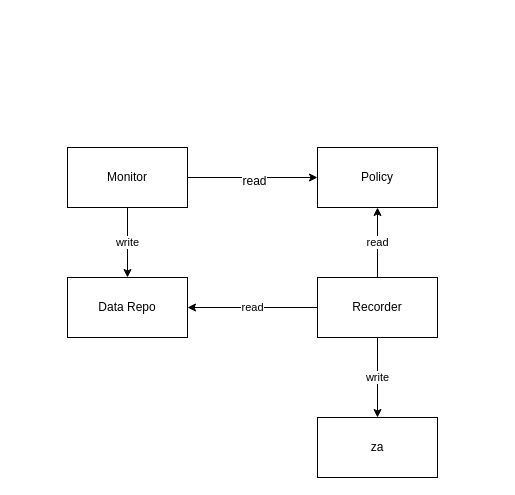
CreateChance/DrawIO keeps this draw.io diagram as okhttp_monitor.drawio. Above is the earlier version. Source tidied: cells renumbered, new cells numbered last; positions are measured from the earlier drawing's top-left corner, leaving out a move shared by most shapes. Both pictures are drawn from the tidied source at 100%, with x=0, y=0 at pixel (67, 147).
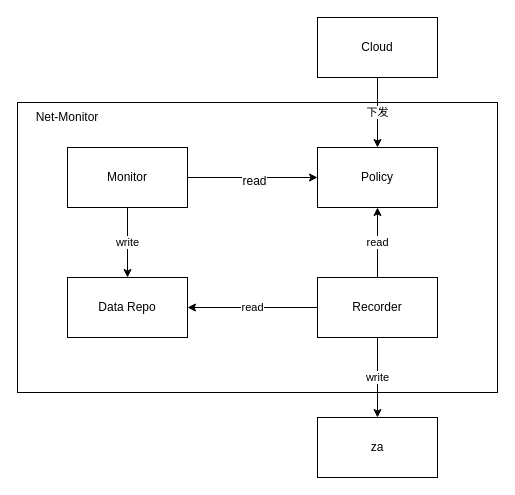
The same diagram, later.

What changed in the source:
```diff
@@
 <mxGraphModel>
   <root>
     <mxCell id="0" />
     <mxCell id="1" parent="0" />
+    <mxCell id="13" style="rounded=0;whiteSpace=wrap;html=1;" parent="1" vertex="1">
+      <mxGeometry x="-50" y="-45" width="480" height="290" as="geometry" />
+    </mxCell>
     <mxCell id="2" value="write" style="edgeStyle=orthogonalEdgeStyle;rounded=0;jettySize=auto;html=1;exitX=0.5;exitY=1;exitDx=0;exitDy=0;" parent="1" edge="1" source="5" target="6">
       <mxGeometry relative="1" as="geometry" />
     </mxCell>
     <mxCell id="3" style="edgeStyle=orthogonalEdgeStyle;rounded=0;jettySize=auto;html=1;exitX=1;exitY=0.5;exitDx=0;exitDy=0;" parent="1" edge="1" source="5" target="11">
       <mxGeometry relative="1" as="geometry" />
     </mxCell>
     <mxCell id="4" value="read&lt;br&gt;" style="text;html=1;align=center;verticalAlign=middle;labelBackgroundColor=#ffffff;" parent="3" vertex="1">
       <mxGeometry x="0.02" y="-3" relative="1" as="geometry" />
     </mxCell>
     <mxCell id="5" value="Monitor&lt;br&gt;" style="rounded=0;whiteSpace=wrap;html=1;" parent="1" vertex="1">
       <mxGeometry width="120" height="60" as="geometry" />
     </mxCell>
     <mxCell id="6" value="Data Repo" style="rounded=0;whiteSpace=wrap;html=1;" parent="1" vertex="1">
       <mxGeometry y="130" width="120" height="60" as="geometry" />
     </mxCell>
     <mxCell id="7" value="read" style="edgeStyle=orthogonalEdgeStyle;rounded=0;jettySize=auto;html=1;exitX=0;exitY=0.5;exitDx=0;exitDy=0;entryX=1;entryY=0.5;entryDx=0;entryDy=0;" parent="1" edge="1" source="10" target="6">
       <mxGeometry relative="1" as="geometry" />
     </mxCell>
     <mxCell id="8" value="read" style="edgeStyle=orthogonalEdgeStyle;rounded=0;jettySize=auto;html=1;exitX=0.5;exitY=0;exitDx=0;exitDy=0;entryX=0.5;entryY=1;entryDx=0;entryDy=0;" parent="1" edge="1" source="10" target="11">
       <mxGeometry relative="1" as="geometry" />
     </mxCell>
     <mxCell id="9" value="write" style="edgeStyle=orthogonalEdgeStyle;rounded=0;jettySize=auto;html=1;exitX=0.5;exitY=1;exitDx=0;exitDy=0;" parent="1" edge="1" source="10" target="12">
       <mxGeometry relative="1" as="geometry" />
     </mxCell>
     <mxCell id="10" value="Recorder&lt;br&gt;" style="rounded=0;whiteSpace=wrap;html=1;" parent="1" vertex="1">
       <mxGeometry x="250" y="130" width="120" height="60" as="geometry" />
     </mxCell>
     <mxCell id="11" value="Policy" style="rounded=0;whiteSpace=wrap;html=1;" parent="1" vertex="1">
       <mxGeometry x="250" width="120" height="60" as="geometry" />
     </mxCell>
     <mxCell id="12" value="za" style="rounded=0;whiteSpace=wrap;html=1;" parent="1" vertex="1">
       <mxGeometry x="250" y="270" width="120" height="60" as="geometry" />
     </mxCell>
+    <mxCell id="14" value="下发" style="edgeStyle=orthogonalEdgeStyle;rounded=0;jettySize=auto;html=1;exitX=0.5;exitY=1;exitDx=0;exitDy=0;" parent="1" edge="1" source="15" target="11">
+      <mxGeometry relative="1" as="geometry" />
+    </mxCell>
+    <mxCell id="15" value="Cloud" style="rounded=0;whiteSpace=wrap;html=1;" parent="1" vertex="1">
+      <mxGeometry x="250" y="-130" width="120" height="60" as="geometry" />
+    </mxCell>
+    <mxCell id="16" value="Net-Monitor" style="text;html=1;strokeColor=none;fillColor=none;align=center;verticalAlign=middle;whiteSpace=wrap;rounded=0;" parent="1" vertex="1">
+      <mxGeometry x="-40" y="-40" width="80" height="20" as="geometry" />
+    </mxCell>
   </root>
 </mxGraphModel>
```
